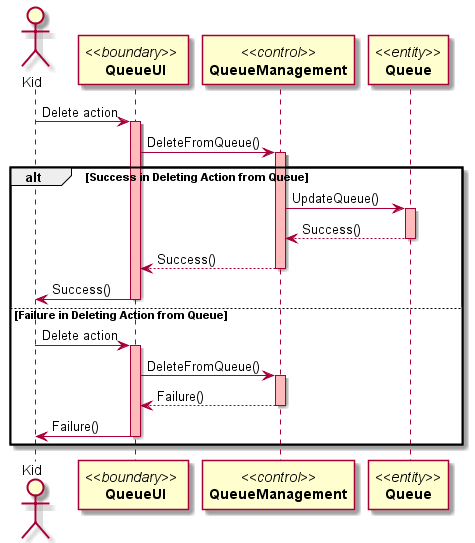
Before: Docs/Sequence Diagrams/Project Sequence-Diagram-UC2.png, a diagram exported from PlantUML (DanielFYJ/2101-2201-Project).
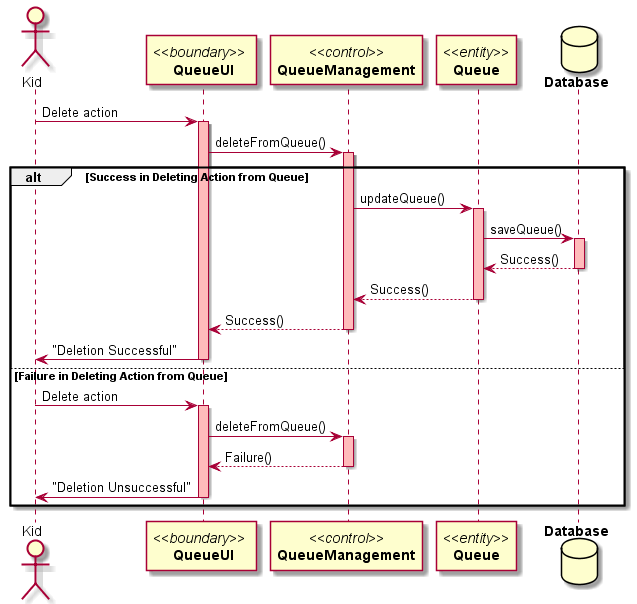
Later version of the same file.

Commit message:
update seq diagram UC1-3

Change to the diagram source:
```diff
@@ -3,36 +3,44 @@
 participant "//<<boundary>>// \n **QueueUI**" as A
 participant "//<<control>>//\n**QueueManagement**" as B
 participant "//<<entity>>//\n**Queue**" as C
+database "**Database**" as db
 
 Kid -> A:Delete action
 activate A #FFBBBB
 
-A -> B: DeleteFromQueue()
+A -> B: deleteFromQueue()
 activate B #FFBBBB
 
 alt Success in Deleting Action from Queue
-B -> C: UpdateQueue()
+B -> C: updateQueue()
 activate C #FFBBBB
+
+C -> db: saveQueue()
+activate db #FFBBBB
+
+db --> C: Success()
+deactivate db
+
 C --> B: Success()
 deactivate C
 
 B --> A: Success()
 deactivate B
 
-A -> Kid: Success()
+A -> Kid: "Deletion Successful"
 deactivate A
 
 else Failure in Deleting Action from Queue
 Kid -> A:Delete action
 activate A #FFBBBB
 
-A -> B: DeleteFromQueue()
+A -> B: deleteFromQueue()
 activate B #FFBBBB
 
 B --> A: Failure()
 deactivate B
 
-A -> Kid: Failure()
+A -> Kid: "Deletion Unsuccessful"
 deactivate A
 end
 
```
